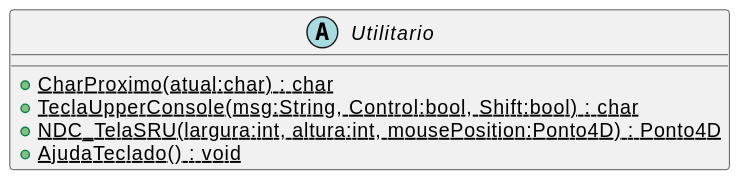
Before: svg/CG_Biblioteca/plantuml/Utilitario.svg, a diagram exported from PlantUML (majutestoni/disciplina_CG_2025_1). Its diagram source:
```plantuml
@startuml
abstract class Utilitario {
    + {static} CharProximo(atual:char) : char
    + {static} TeclaUpperConsole(msg:String, Control:bool, Shift:bool) : char
    + {static} NDC_TelaSRU(largura:int, altura:int, mousePosition:Ponto4D) : Ponto4D
    + {static} AjudaTeclado() : void
}
@enduml
```
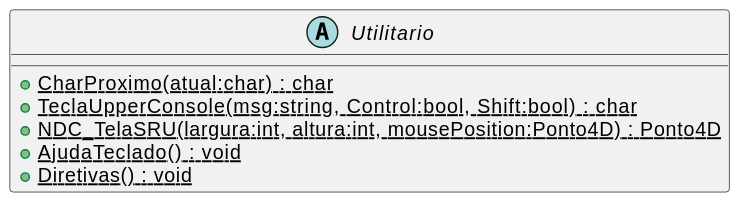
After the commit.

What changed in the source:
```diff
@@ -1,8 +1,9 @@
 @startuml
 abstract class Utilitario {
     + {static} CharProximo(atual:char) : char
-    + {static} TeclaUpperConsole(msg:String, Control:bool, Shift:bool) : char
+    + {static} TeclaUpperConsole(msg:string, Control:bool, Shift:bool) : char
     + {static} NDC_TelaSRU(largura:int, altura:int, mousePosition:Ponto4D) : Ponto4D
     + {static} AjudaTeclado() : void
+    + {static} Diretivas() : void
 }
 @enduml
```
